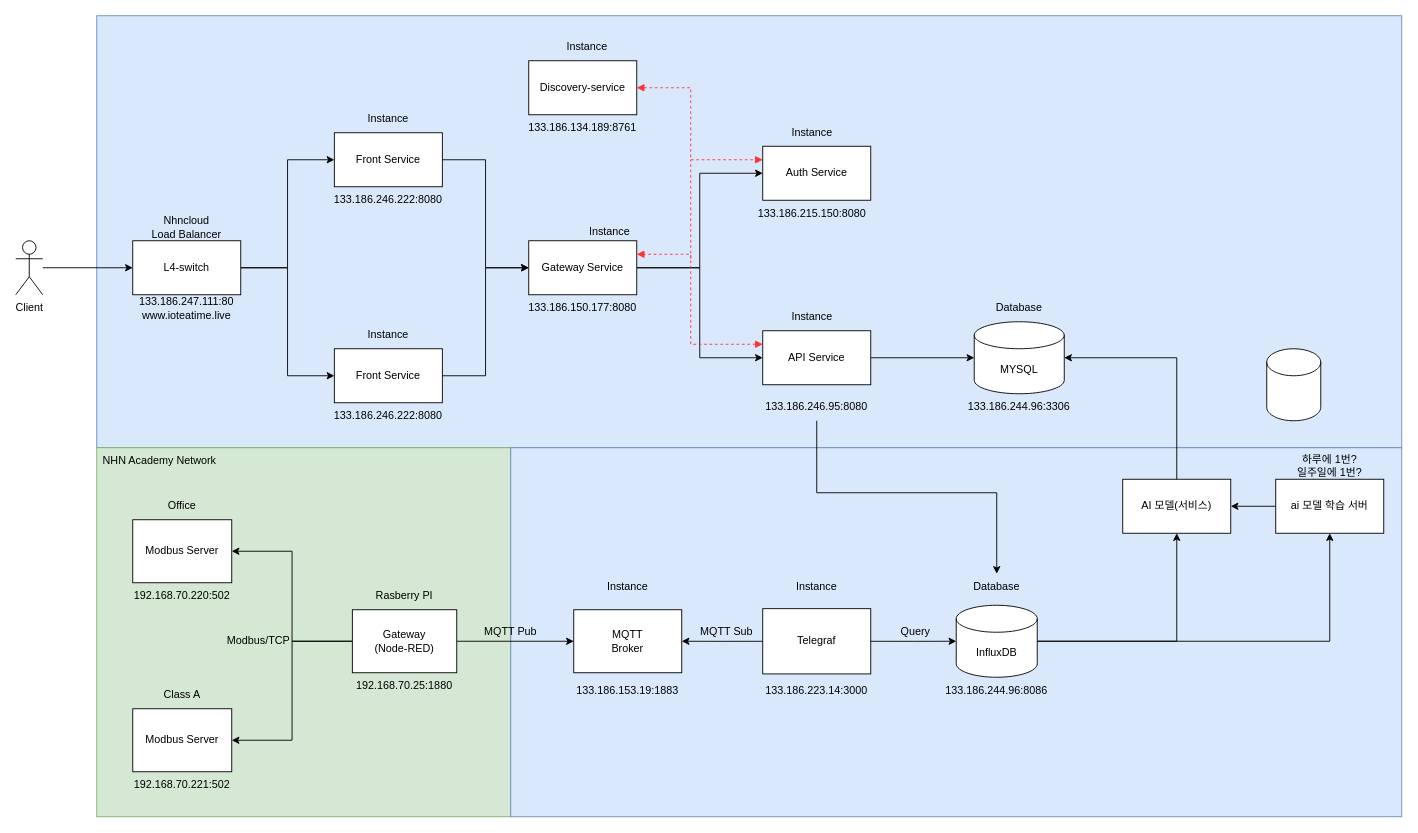
nhnacademy-aiot1-5/docs keeps this draw.io diagram as 서비스 아키텍처.drawio. Above is the earlier version. Source tidied: cells renumbered, new cells numbered last; positions are measured from the earlier drawing's top-left corner, leaving out a move shared by most shapes. Both pictures are drawn from the tidied source at 90%, with x=0, y=0 at pixel (15, 15).
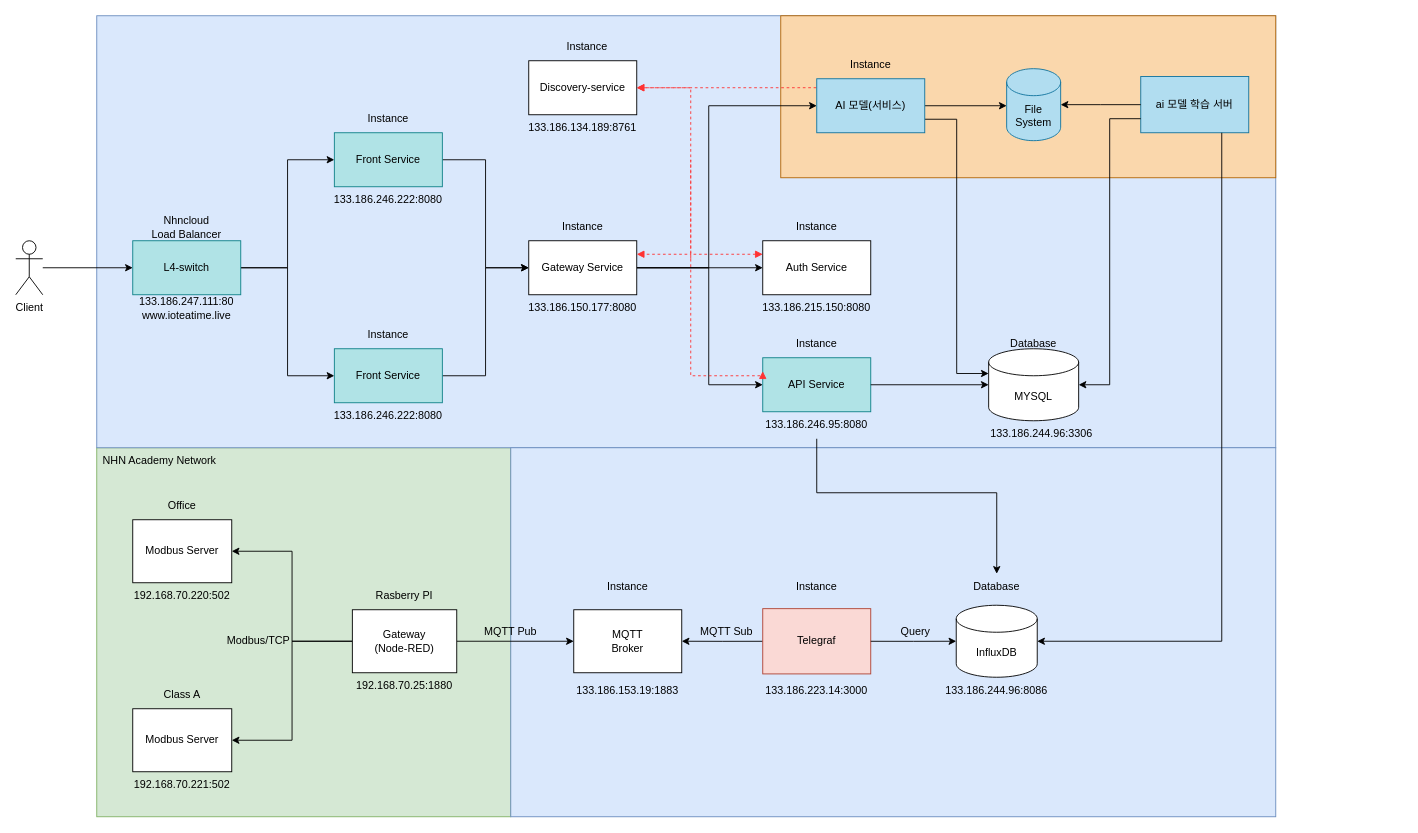
After the change.

Commit message:
서비스 아키텍처.drawio 업데이트

The change refers to these unchanged cells:
```xml
<mxCell id="20" value="InfluxDB" style="shape=cylinder3;whiteSpace=wrap;html=1;boundedLbl=1;backgroundOutline=1;size=15;" parent="1" vertex="1">
  <mxGeometry x="1045" y="655" width="90" height="80" as="geometry" />
</mxCell>
<mxCell id="29" value="Discovery-service" style="rounded=0;whiteSpace=wrap;html=1;" parent="1" vertex="1">
  <mxGeometry x="570" y="50" width="120" height="60" as="geometry" />
</mxCell>
<mxCell id="33" value="Gateway Service" style="rounded=0;whiteSpace=wrap;html=1;" parent="1" vertex="1">
  <mxGeometry x="570" y="250" width="120" height="60" as="geometry" />
</mxCell>
```

Change to the diagram source:
```diff
@@
+    <mxCell id="3" style="rounded=0;whiteSpace=wrap;html=1;fillColor=#d5e8d4;strokeColor=#82b366;" parent="1" vertex="1">
+      <mxGeometry x="90" y="480" width="460" height="410" as="geometry" />
+    </mxCell>
     <mxCell id="2" style="rounded=0;whiteSpace=wrap;html=1;fillColor=#dae8fc;strokeColor=#6c8ebf;" parent="1" vertex="1">
-      <mxGeometry x="90" width="1450" height="480" as="geometry" />
+      <mxGeometry x="90" width="1310" height="480" as="geometry" />
     </mxCell>
-    <mxCell id="3" style="rounded=0;whiteSpace=wrap;html=1;fillColor=#d5e8d4;strokeColor=#82b366;" parent="1" vertex="1">
-      <mxGeometry x="90" y="480" width="460" height="410" as="geometry" />
-    </mxCell>
+    <mxCell id="78" style="rounded=0;whiteSpace=wrap;html=1;fillColor=#fad7ac;strokeColor=#b46504;" parent="1" vertex="1">
+      <mxGeometry x="850" width="550" height="180" as="geometry" />
+    </mxCell>
     <mxCell id="4" style="rounded=0;whiteSpace=wrap;html=1;fillColor=#dae8fc;strokeColor=#6c8ebf;" parent="1" vertex="1">
-      <mxGeometry x="550" y="480" width="990" height="410" as="geometry" />
+      <mxGeometry x="550" y="480" width="850" height="410" as="geometry" />
     </mxCell>
@@
-    <mxCell id="14" value="Telegraf" style="rounded=0;whiteSpace=wrap;html=1;" parent="1" vertex="1">
+    <mxCell id="14" value="Telegraf" style="rounded=0;whiteSpace=wrap;html=1;fillColor=#fad9d5;strokeColor=#ae4132;" parent="1" vertex="1">
       <mxGeometry x="830" y="658.8" width="120" height="72.5" as="geometry" />
     </mxCell>
@@
-    <mxCell id="18" style="edgeStyle=orthogonalEdgeStyle;rounded=0;jettySize=auto;html=1;entryX=0.5;entryY=1;entryDx=0;entryDy=0;" parent="1" edge="1" source="20" target="71">
-      <mxGeometry relative="1" as="geometry" />
-    </mxCell>
-    <mxCell id="19" style="edgeStyle=orthogonalEdgeStyle;rounded=0;jettySize=auto;html=1;entryX=0.5;entryY=1;entryDx=0;entryDy=0;" parent="1" edge="1" source="20" target="74">
-      <mxGeometry relative="1" as="geometry" />
-    </mxCell>
@@
     <mxCell id="28" style="edgeStyle=orthogonalEdgeStyle;rounded=0;jettySize=auto;html=1;entryX=0;entryY=0.25;entryDx=0;entryDy=0;dashed=1;strokeColor=#FF3333;startArrow=block;startFill=1;endArrow=block;endFill=1;" parent="1" edge="1" source="29" target="49">
       <mxGeometry relative="1" as="geometry">
         <Array as="points">
           <mxPoint x="750" y="80" />
-          <mxPoint x="750" y="160" />
+          <mxPoint x="750" y="265" />
         </Array>
       </mxGeometry>
     </mxCell>
@@
     <mxCell id="32" style="edgeStyle=orthogonalEdgeStyle;rounded=0;jettySize=auto;html=1;entryX=0;entryY=0.5;entryDx=0;entryDy=0;" parent="1" edge="1" source="33" target="48">
-      <mxGeometry relative="1" as="geometry" />
+      <mxGeometry relative="1" as="geometry">
+        <Array as="points">
+          <mxPoint x="770" y="280" />
+          <mxPoint x="770" y="410" />
+        </Array>
+      </mxGeometry>
     </mxCell>
+    <mxCell id="79" style="edgeStyle=orthogonalEdgeStyle;rounded=0;jettySize=auto;html=1;exitX=1;exitY=0.5;exitDx=0;exitDy=0;entryX=0;entryY=0.5;entryDx=0;entryDy=0;" parent="1" edge="1" source="33" target="71">
+      <mxGeometry relative="1" as="geometry">
+        <Array as="points">
+          <mxPoint x="770" y="280" />
+          <mxPoint x="770" y="100" />
+        </Array>
+      </mxGeometry>
+    </mxCell>
@@
-    <mxCell id="40" value="L4-switch" style="rounded=0;whiteSpace=wrap;html=1;" parent="1" vertex="1">
+    <mxCell id="40" value="L4-switch" style="rounded=0;whiteSpace=wrap;html=1;fillColor=#b0e3e6;strokeColor=#0e8088;" parent="1" vertex="1">
       <mxGeometry x="130" y="250" width="120" height="60" as="geometry" />
     </mxCell>
     <mxCell id="41" value="MYSQL" style="shape=cylinder3;whiteSpace=wrap;html=1;boundedLbl=1;backgroundOutline=1;size=15;" parent="1" vertex="1">
-      <mxGeometry x="1065" y="340" width="100" height="80" as="geometry" />
+      <mxGeometry x="1081" y="370" width="100" height="80" as="geometry" />
     </mxCell>
@@
-    <mxCell id="43" value="Front Service" style="rounded=0;whiteSpace=wrap;html=1;" parent="1" vertex="1">
+    <mxCell id="43" value="Front Service" style="rounded=0;whiteSpace=wrap;html=1;fillColor=#b0e3e6;strokeColor=#0e8088;" parent="1" vertex="1">
       <mxGeometry x="354" y="130" width="120" height="60" as="geometry" />
     </mxCell>
@@
-    <mxCell id="48" value="API Service" style="rounded=0;whiteSpace=wrap;html=1;" parent="1" vertex="1">
-      <mxGeometry x="830" y="350" width="120" height="60" as="geometry" />
+    <mxCell id="48" value="API Service" style="rounded=0;whiteSpace=wrap;html=1;fillColor=#b0e3e6;strokeColor=#0e8088;" parent="1" vertex="1">
+      <mxGeometry x="830" y="380" width="120" height="60" as="geometry" />
     </mxCell>
     <mxCell id="49" value="Auth Service" style="rounded=0;whiteSpace=wrap;html=1;" parent="1" vertex="1">
-      <mxGeometry x="830" y="145" width="120" height="60" as="geometry" />
+      <mxGeometry x="830" y="250" width="120" height="60" as="geometry" />
     </mxCell>
@@
     <mxCell id="51" value="Instance" style="text;html=1;align=center;verticalAlign=middle;whiteSpace=wrap;rounded=0;" parent="1" vertex="1">
-      <mxGeometry x="855" y="115" width="60" height="30" as="geometry" />
+      <mxGeometry x="860" y="220" width="60" height="30" as="geometry" />
     </mxCell>
     <mxCell id="52" value="Instance" style="text;html=1;align=center;verticalAlign=middle;whiteSpace=wrap;rounded=0;" parent="1" vertex="1">
-      <mxGeometry x="855" y="320" width="60" height="30" as="geometry" />
+      <mxGeometry x="860" y="350" width="60" height="30" as="geometry" />
     </mxCell>
@@
-    <mxCell id="55" value="Front Service" style="rounded=0;whiteSpace=wrap;html=1;" parent="1" vertex="1">
+    <mxCell id="55" value="Front Service" style="rounded=0;whiteSpace=wrap;html=1;fillColor=#b0e3e6;strokeColor=#0e8088;" parent="1" vertex="1">
       <mxGeometry x="354" y="370" width="120" height="60" as="geometry" />
     </mxCell>
@@
     <mxCell id="60" value="Instance" style="text;html=1;align=center;verticalAlign=middle;whiteSpace=wrap;rounded=0;" parent="1" vertex="1">
-      <mxGeometry x="630" y="225" width="60" height="30" as="geometry" />
+      <mxGeometry x="600" y="220" width="60" height="30" as="geometry" />
     </mxCell>
     <mxCell id="61" style="endArrow=block;html=1;rounded=0;entryX=1;entryY=0.25;entryDx=0;entryDy=0;exitX=0;exitY=0.25;exitDx=0;exitDy=0;edgeStyle=orthogonalEdgeStyle;strokeColor=#FF3333;dashed=1;startArrow=block;startFill=1;endFill=1;" parent="1" edge="1" source="48" target="33">
       <mxGeometry relative="1" as="geometry">
         <Array as="points">
-          <mxPoint x="750" y="365" />
+          <mxPoint x="830" y="400" />
+          <mxPoint x="750" y="400" />
           <mxPoint x="750" y="265" />
         </Array>
       </mxGeometry>
     </mxCell>
@@
     <mxCell id="66" value="133.186.215.150:8080" style="text;html=1;align=center;verticalAlign=middle;whiteSpace=wrap;rounded=0;" parent="1" vertex="1">
-      <mxGeometry x="855" y="205" width="60" height="30" as="geometry" />
+      <mxGeometry x="860" y="310" width="60" height="30" as="geometry" />
     </mxCell>
     <mxCell id="67" value="133.186.246.95:8080" style="text;html=1;align=center;verticalAlign=middle;whiteSpace=wrap;rounded=0;" parent="1" vertex="1">
-      <mxGeometry x="860" y="420" width="60" height="30" as="geometry" />
+      <mxGeometry x="860" y="440" width="60" height="30" as="geometry" />
     </mxCell>
     <mxCell id="68" value="133.186.244.96:3306" style="text;html=1;align=center;verticalAlign=middle;whiteSpace=wrap;rounded=0;" parent="1" vertex="1">
-      <mxGeometry x="1085" y="420" width="60" height="30" as="geometry" />
+      <mxGeometry x="1110" y="450" width="60" height="30" as="geometry" />
     </mxCell>
     <mxCell id="69" value="Database" style="text;html=1;align=center;verticalAlign=middle;whiteSpace=wrap;rounded=0;" parent="1" vertex="1">
-      <mxGeometry x="1085" y="310" width="60" height="30" as="geometry" />
+      <mxGeometry x="1101" y="350" width="60" height="30" as="geometry" />
     </mxCell>
@@
+    <mxCell id="80" style="edgeStyle=orthogonalEdgeStyle;rounded=0;jettySize=auto;html=1;" parent="1" edge="1" source="71" target="77">
+      <mxGeometry relative="1" as="geometry">
+        <Array as="points">
+          <mxPoint x="1005" y="100" />
+          <mxPoint x="1005" y="99" />
+        </Array>
+      </mxGeometry>
+    </mxCell>
+    <mxCell id="72" style="edgeStyle=orthogonalEdgeStyle;rounded=0;jettySize=auto;html=1;exitX=1;exitY=0.75;exitDx=0;exitDy=0;entryX=0;entryY=0;entryDx=0;entryDy=27.5;entryPerimeter=0;" parent="1" edge="1" source="71" target="41">
+      <mxGeometry relative="1" as="geometry" />
+    </mxCell>
+    <mxCell id="81" style="edgeStyle=orthogonalEdgeStyle;rounded=0;jettySize=auto;html=1;entryX=1;entryY=0.5;entryDx=0;entryDy=0;dashed=1;strokeColor=#FF3333;exitX=-0.004;exitY=0.166;exitDx=0;exitDy=0;exitPerimeter=0;" parent="1" edge="1" source="71" target="29">
+      <mxGeometry relative="1" as="geometry" />
+    </mxCell>
-    <mxCell id="71" value="AI 모델(서비스)" style="rounded=0;whiteSpace=wrap;html=1;" parent="1" vertex="1">
-      <mxGeometry x="1230" y="515" width="120" height="60" as="geometry" />
+    <mxCell id="71" value="AI 모델(서비스)" style="rounded=0;whiteSpace=wrap;html=1;fillColor=#b1ddf0;strokeColor=#10739e;" parent="1" vertex="1">
+      <mxGeometry x="890" y="70" width="120" height="60" as="geometry" />
     </mxCell>
-    <mxCell id="72" style="edgeStyle=orthogonalEdgeStyle;rounded=0;jettySize=auto;html=1;entryX=1;entryY=0.5;entryDx=0;entryDy=0;entryPerimeter=0;exitX=0.5;exitY=0;exitDx=0;exitDy=0;" parent="1" edge="1" source="71" target="41">
-      <mxGeometry relative="1" as="geometry" />
-    </mxCell>
-    <mxCell id="73" style="edgeStyle=orthogonalEdgeStyle;rounded=0;jettySize=auto;html=1;entryX=1;entryY=0.5;entryDx=0;entryDy=0;" parent="1" edge="1" source="74" target="71">
-      <mxGeometry relative="1" as="geometry" />
-    </mxCell>
-    <mxCell id="74" value="ai 모델 학습 서버" style="rounded=0;whiteSpace=wrap;html=1;" parent="1" vertex="1">
-      <mxGeometry x="1400" y="515" width="120" height="60" as="geometry" />
+    <mxCell id="74" value="ai 모델 학습 서버" style="rounded=0;whiteSpace=wrap;html=1;fillColor=#b1ddf0;strokeColor=#10739e;" parent="1" vertex="1">
+      <mxGeometry x="1250" y="67.5" width="120" height="62.5" as="geometry" />
     </mxCell>
-    <mxCell id="75" value="하루에 1번?&lt;div&gt;일주일에 1번?&lt;/div&gt;" style="text;html=1;align=center;verticalAlign=middle;whiteSpace=wrap;rounded=0;" parent="1" vertex="1">
-      <mxGeometry x="1410" y="485" width="100" height="30" as="geometry" />
-    </mxCell>
@@
-    <mxCell id="77" style="shape=cylinder3;whiteSpace=wrap;html=1;boundedLbl=1;backgroundOutline=1;size=15;" parent="1" vertex="1">
-      <mxGeometry x="1390" y="370" width="60" height="80" as="geometry" />
+    <mxCell id="77" value="File System" style="shape=cylinder3;whiteSpace=wrap;html=1;boundedLbl=1;backgroundOutline=1;size=15;fillColor=#b1ddf0;strokeColor=#10739e;" parent="1" vertex="1">
+      <mxGeometry x="1101" y="58.8" width="60" height="80" as="geometry" />
     </mxCell>
+    <mxCell id="82" value="Instance" style="text;html=1;align=center;verticalAlign=middle;whiteSpace=wrap;rounded=0;" parent="1" vertex="1">
+      <mxGeometry x="920" y="40" width="60" height="30" as="geometry" />
+    </mxCell>
+    <mxCell id="83" style="edgeStyle=orthogonalEdgeStyle;rounded=0;jettySize=auto;html=1;exitX=0.75;exitY=1;exitDx=0;exitDy=0;entryX=1;entryY=0.5;entryDx=0;entryDy=0;entryPerimeter=0;" parent="1" edge="1" source="74" target="20">
+      <mxGeometry relative="1" as="geometry" />
+    </mxCell>
+    <mxCell id="84" style="edgeStyle=orthogonalEdgeStyle;rounded=0;jettySize=auto;html=1;entryX=1;entryY=0.5;entryDx=0;entryDy=0;entryPerimeter=0;" parent="1" edge="1" source="74" target="77">
+      <mxGeometry relative="1" as="geometry" />
+    </mxCell>
+    <mxCell id="85" style="edgeStyle=orthogonalEdgeStyle;rounded=0;jettySize=auto;html=1;exitX=0;exitY=0.75;exitDx=0;exitDy=0;entryX=1;entryY=0.5;entryDx=0;entryDy=0;entryPerimeter=0;" parent="1" edge="1" source="74" target="41">
+      <mxGeometry relative="1" as="geometry" />
+    </mxCell>
```
